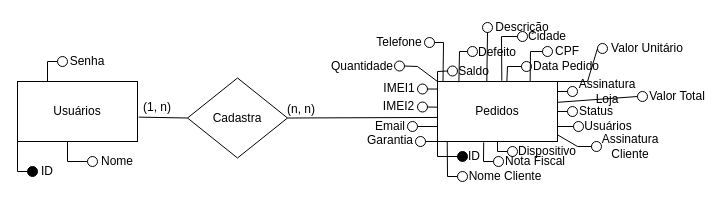
ArcanjoDaGuarda/AnjoProjetos keeps this draw.io diagram as Modelo_Conceitual.drawio. Above is the earlier version. Source tidied: cells renumbered, new cells numbered last; positions are measured from the earlier drawing's top-left corner, leaving out a move shared by most shapes. Both pictures are drawn from the tidied source at 100%, with x=0, y=0 at pixel (17, 17).
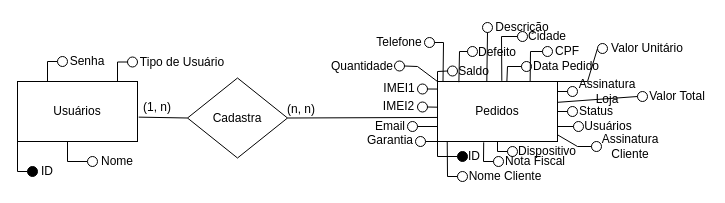
Above is the later version.

Diff of the diagram source:
```diff
@@
+    <mxCell id="84" style="endArrow=none;html=1;rounded=0;exitX=0.25;exitY=0;exitDx=0;exitDy=0;entryX=0;entryY=0.5;entryDx=0;entryDy=0;" parent="1" edge="1" target="85">
+      <mxGeometry relative="1" as="geometry">
+        <mxPoint x="100" y="64.5" as="sourcePoint" />
+        <Array as="points">
+          <mxPoint x="100" y="44.5" />
+        </Array>
+      </mxGeometry>
+    </mxCell>
+    <mxCell id="85" style="ellipse;whiteSpace=wrap;html=1;" parent="1" vertex="1">
+      <mxGeometry x="110" y="39.5" width="10" height="10" as="geometry" />
+    </mxCell>
+    <mxCell id="86" value="Tipo de Usuário" style="text;html=1;strokeColor=none;fillColor=none;align=center;verticalAlign=middle;whiteSpace=wrap;rounded=0;" parent="1" vertex="1">
+      <mxGeometry x="120" y="34.5" width="90" height="20" as="geometry" />
+    </mxCell>
```
